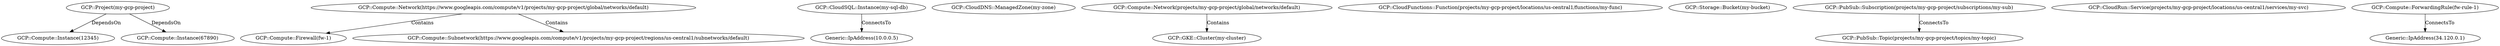
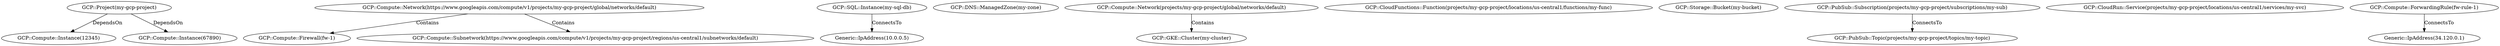
digraph {
    0 [ label = "GCP::Project(my-gcp-project)" ]
    1 [ label = "GCP::Compute::Instance(12345)" ]
    2 [ label = "GCP::Compute::Instance(67890)" ]
    3 [ label = "GCP::Compute::Firewall(fw-1)" ]
    4 [ label = "GCP::Compute::Network(https://www.googleapis.com/compute/v1/projects/my-gcp-project/global/networks/default)" ]
-     5 [ label = "GCP::CloudSQL::Instance(my-sql-db)" ]
+     5 [ label = "GCP::SQL::Instance(my-sql-db)" ]
    6 [ label = "Generic::IpAddress(10.0.0.5)" ]
-     7 [ label = "GCP::CloudDNS::ManagedZone(my-zone)" ]
+     7 [ label = "GCP::DNS::ManagedZone(my-zone)" ]
    8 [ label = "GCP::GKE::Cluster(my-cluster)" ]
    9 [ label = "GCP::Compute::Network(projects/my-gcp-project/global/networks/default)" ]
    10 [ label = "GCP::CloudFunctions::Function(projects/my-gcp-project/locations/us-central1/functions/my-func)" ]
    11 [ label = "GCP::Storage::Bucket(my-bucket)" ]
    12 [ label = "GCP::PubSub::Topic(projects/my-gcp-project/topics/my-topic)" ]
    13 [ label = "GCP::PubSub::Subscription(projects/my-gcp-project/subscriptions/my-sub)" ]
    14 [ label = "GCP::CloudRun::Service(projects/my-gcp-project/locations/us-central1/services/my-svc)" ]
    15 [ label = "GCP::Compute::Subnetwork(https://www.googleapis.com/compute/v1/projects/my-gcp-project/regions/us-central1/subnetworks/default)" ]
    16 [ label = "GCP::Compute::ForwardingRule(fw-rule-1)" ]
    17 [ label = "Generic::IpAddress(34.120.0.1)" ]
    0 -> 1 [ label = "DependsOn" ]
    0 -> 2 [ label = "DependsOn" ]
    4 -> 3 [ label = "Contains" ]
    5 -> 6 [ label = "ConnectsTo" ]
    9 -> 8 [ label = "Contains" ]
    13 -> 12 [ label = "ConnectsTo" ]
    4 -> 15 [ label = "Contains" ]
    16 -> 17 [ label = "ConnectsTo" ]
}
